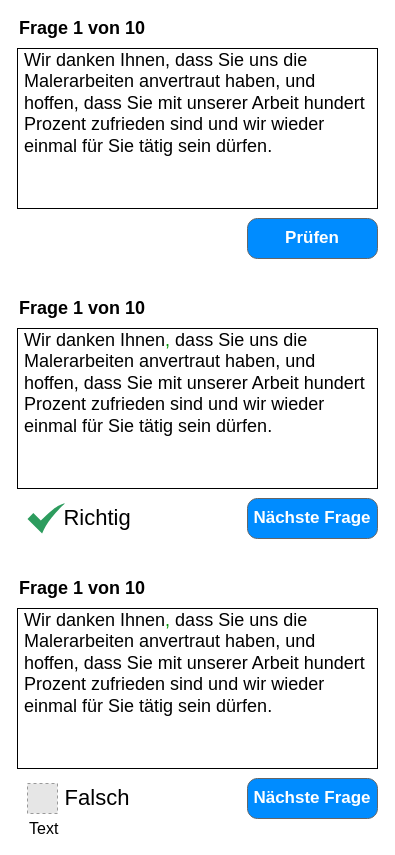
This is diagram/comma-exercice.drawio from patrickamsler/grammar-trainer, a draw.io file, before an edit. Source tidied: cells renumbered, new cells numbered last; positions are measured from the earlier drawing's top-left corner, leaving out a move shared by most shapes. Both pictures are drawn from the tidied source at 100%, with x=0, y=0 at pixel (17, 18). Pictures stored in the file or linked from it are replaced by grey dashed boxes.
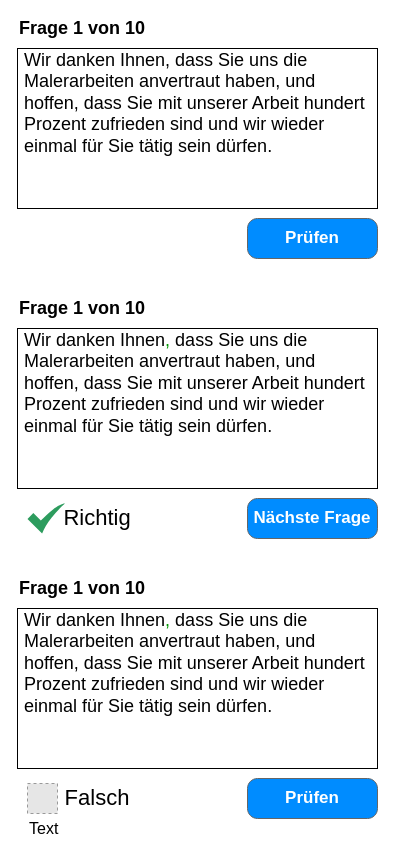
Above is the later version.

Change to the diagram source:
```diff
@@
-    <mxCell id="17" value="Nächste Frage" style="strokeWidth=1;shadow=0;dashed=0;align=center;html=1;shape=mxgraph.mockup.buttons.button;strokeColor=#666666;fontColor=#ffffff;mainText=;buttonStyle=round;fontSize=17;fontStyle=1;fillColor=#008cff;whiteSpace=wrap;" parent="1" vertex="1">
+    <mxCell id="17" value="Prüfen" style="strokeWidth=1;shadow=0;dashed=0;align=center;html=1;shape=mxgraph.mockup.buttons.button;strokeColor=#666666;fontColor=#ffffff;mainText=;buttonStyle=round;fontSize=17;fontStyle=1;fillColor=#008cff;whiteSpace=wrap;" parent="1" vertex="1">
       <mxGeometry x="230" y="760" width="130" height="40" as="geometry" />
     </mxCell>
```
